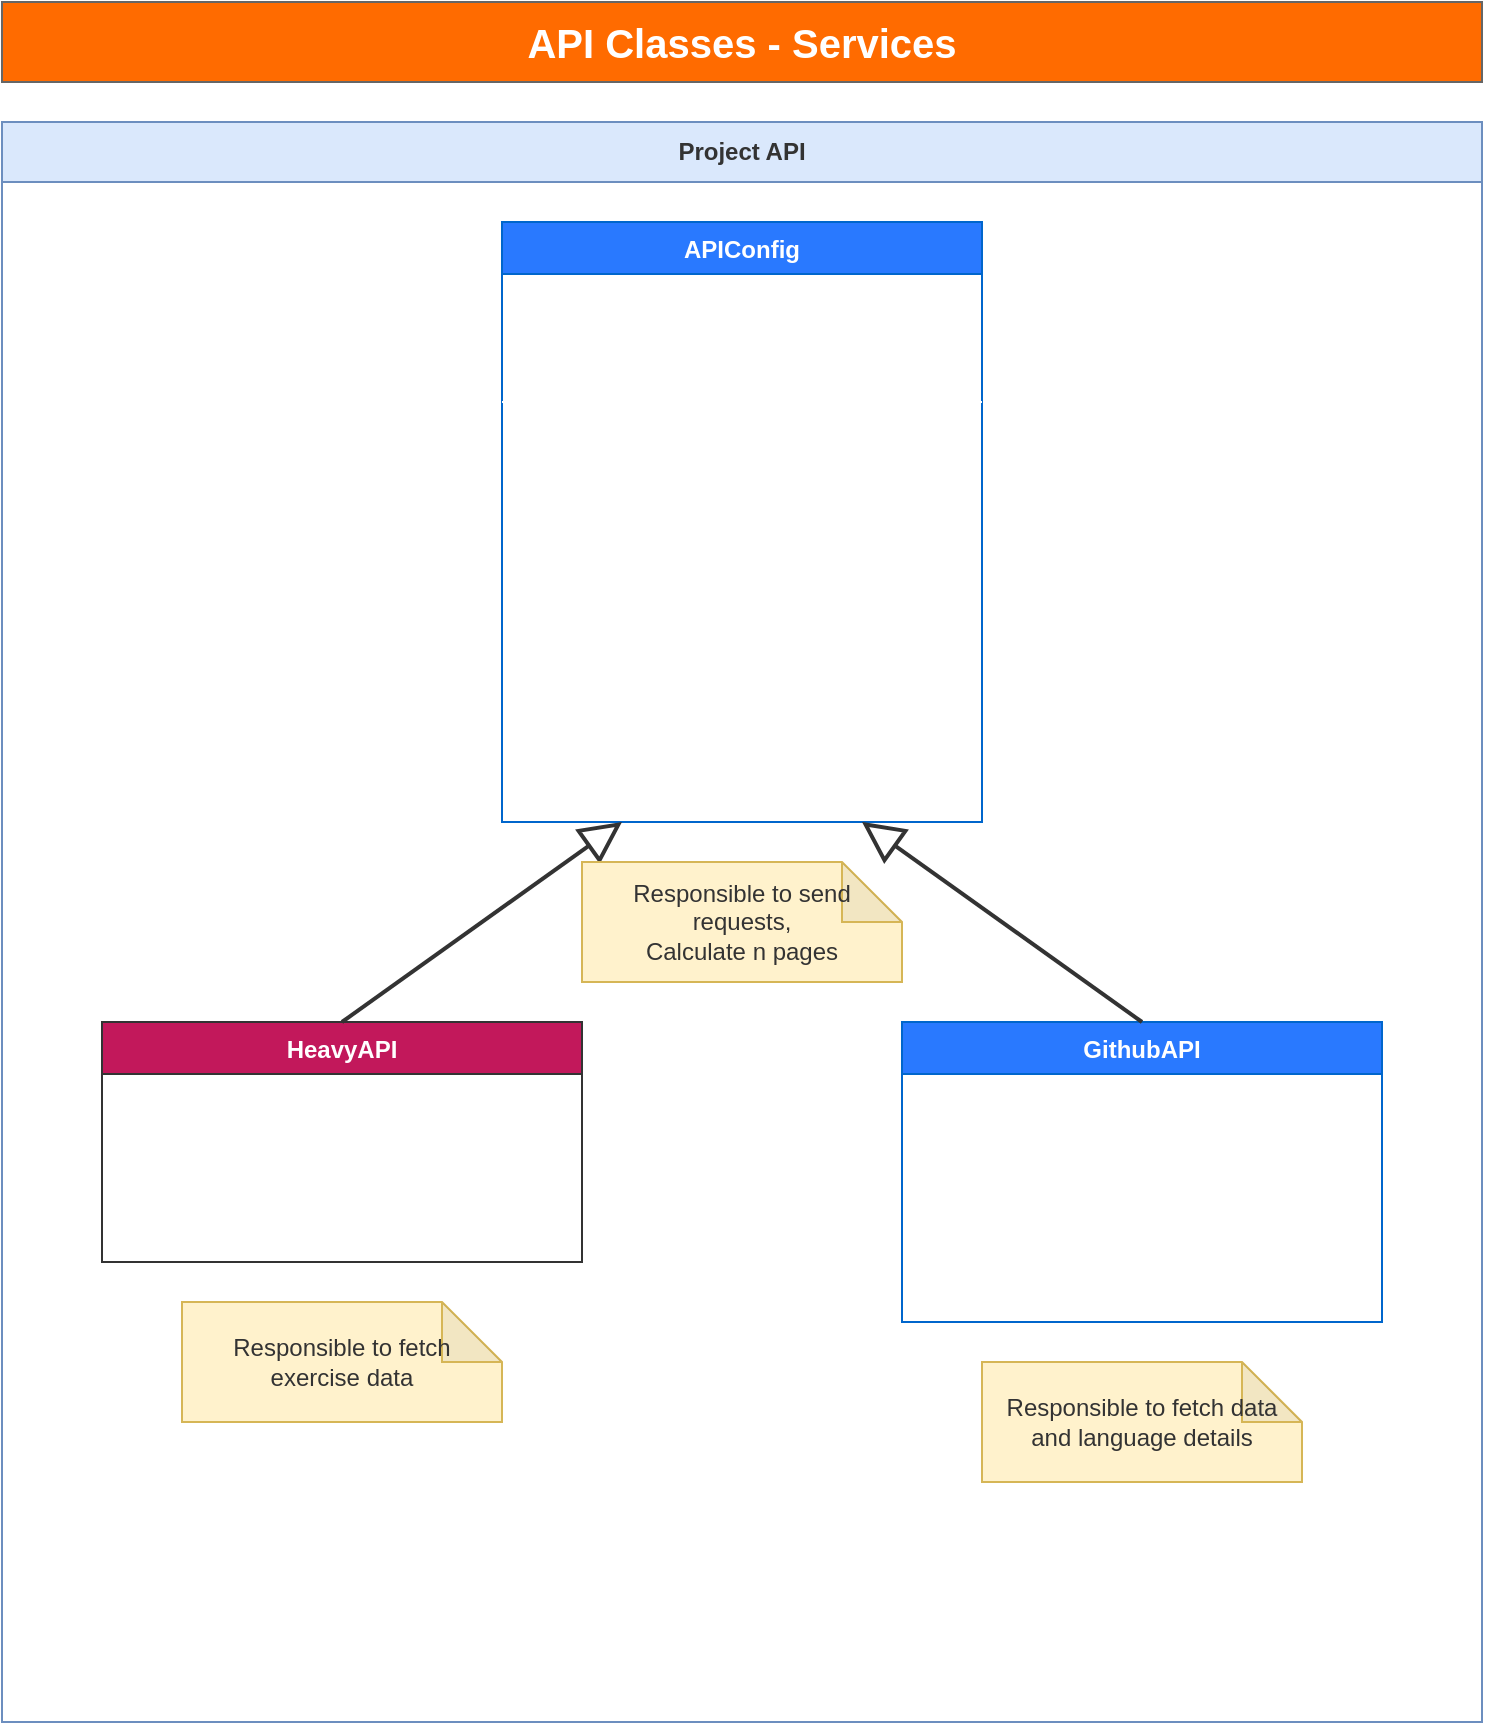
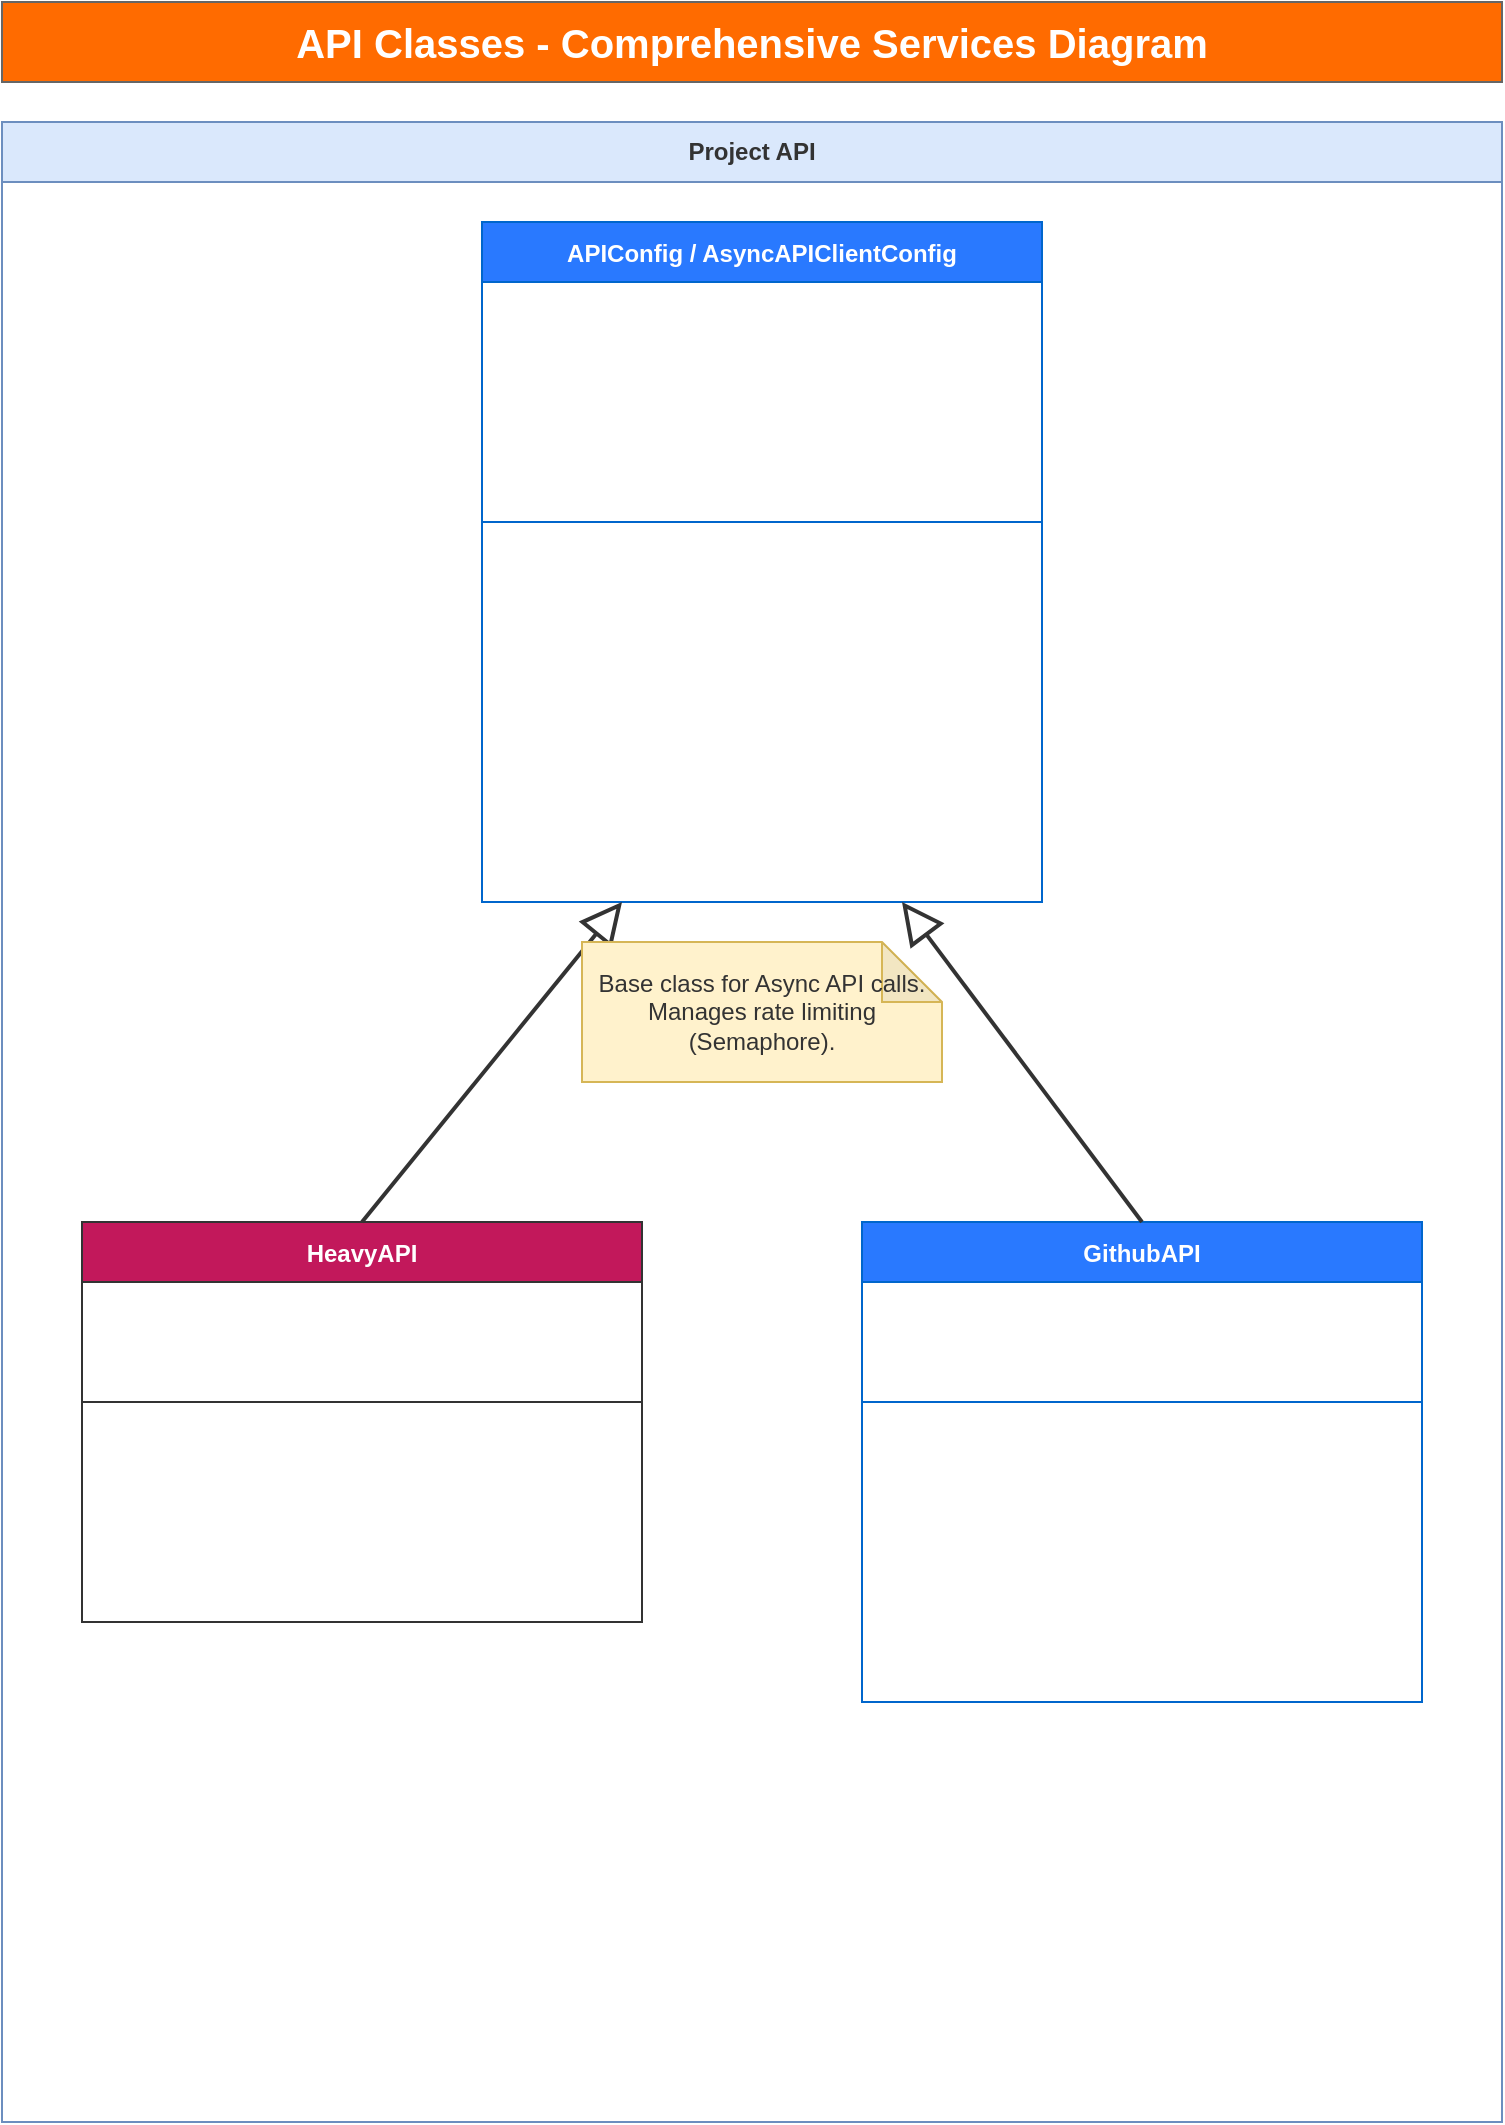
<mxfile host="65bd71144e">
    <diagram id="services-class-diagram" name="Services Class Diagram">
-         <mxGraphModel dx="1164" dy="629" grid="1" gridSize="10" guides="1" tooltips="1" connect="1" arrows="1" fold="1" page="1" pageScale="1" pageWidth="827" pageHeight="1169" math="0" shadow="0">
+         <mxGraphModel dx="1422" dy="762" grid="1" gridSize="10" guides="1" tooltips="1" connect="1" arrows="1" fold="1" page="1" pageScale="1" pageWidth="827" pageHeight="1169" math="0" shadow="0">
            <root>
                <mxCell id="0"/>
                <mxCell id="1" parent="0"/>

                <!-- Title Bar -->
-                 <mxCell id="title" value="API Classes - Services" style="text;html=1;strokeColor=#666666;fillColor=#FF6B00;fontColor=#ffffff;align=center;verticalAlign=middle;whiteSpace=wrap;rounded=0;fontSize=20;fontStyle=1;" parent="1" vertex="1">
-                     <mxGeometry x="40" y="20" width="740" height="40" as="geometry"/>
+                 <mxCell id="title" value="API Classes - Comprehensive Services Diagram" style="text;html=1;strokeColor=#666666;fillColor=#FF6B00;fontColor=#ffffff;align=center;verticalAlign=middle;whiteSpace=wrap;rounded=0;fontSize=20;fontStyle=1;" parent="1" vertex="1">
+                     <mxGeometry x="40" y="20" width="750" height="40" as="geometry"/>
                </mxCell>

                <!-- Namespace Container -->
                <mxCell id="group-namespace" value="Project API" style="swimlane;whiteSpace=wrap;html=1;fillColor=#dae8fc;fontColor=#333333;strokeColor=#6c8ebf;startSize=30;fontStyle=1;" parent="1" vertex="1">
-                     <mxGeometry x="40" y="80" width="740" height="800" as="geometry"/>
+                     <mxGeometry x="40" y="80" width="750" height="1000" as="geometry"/>
                </mxCell>

                <!-- APIConfig Class -->
-                 <mxCell id="class-apiconfig" value="APIConfig" style="swimlane;fontStyle=1;align=center;verticalAlign=top;childLayout=stackLayout;horizontal=1;startSize=26;horizontalStack=0;resizeParent=1;resizeParentMax=0;resizeLast=0;collapsible=1;marginBottom=0;fillColor=#2979FF;fontColor=#ffffff;strokeColor=#0066CC;" parent="group-namespace" vertex="1">
-                     <mxGeometry x="250" y="50" width="240" height="300" as="geometry"/>
+                 <mxCell id="class-apiconfig" value="APIConfig / AsyncAPIClientConfig" style="shape=table;startSize=30;container=1;collapsible=1;childLayout=tableLayout;fixedRows=1;rowLines=1;columnLines=1;fontStyle=1;align=center;resizeLast=1;fillColor=#2979FF;fontColor=#ffffff;strokeColor=#0066CC;" parent="group-namespace" vertex="1">
+                     <mxGeometry x="240" y="50" width="280" height="340" as="geometry"/>
                </mxCell>
-                 <mxCell id="attrs-apiconfig" value="self.GET, self.PUT, self.POST&#xa;self.PATCH, self.DELETE&#xa;self.API_URL, self.API_KEY" style="text;strokeColor=none;fillColor=none;align=left;verticalAlign=top;spacingLeft=4;spacingRight=4;overflow=hidden;rotatable=0;points=[[0,0.5],[1,0.5]];portConstraint=eastwest;fontColor=#ffffff;" parent="class-apiconfig" vertex="1">
-                     <mxGeometry y="26" width="240" height="60" as="geometry"/>
+                 <mxCell id="attrs-apiconfig" value="Attributes" style="shape=tableRow;horizontal=0;startSize=0;swimlaneHead=0;swimlaneBody=0;fillColor=none;collapsible=0;dropTarget=0;points=[[0,0.5],[1,0.5]];portConstraint=eastwest;top=0;left=0;bottom=0;right=0;fontStyle=1;fontColor=#ffffff;" parent="class-apiconfig" vertex="1">
+                     <mxGeometry y="30" width="280" height="120" as="geometry"/>
                </mxCell>
-                 <mxCell id="sep-apiconfig" value="" style="line;strokeWidth=1;fillColor=none;align=left;verticalAlign=middle;spacingTop=-1;spacingLeft=3;spacingRight=3;rotatable=0;labelPosition=right;points=[];portConstraint=eastwest;strokeColor=#ffffff;" parent="class-apiconfig" vertex="1">
-                     <mxGeometry y="86" width="240" height="8" as="geometry"/>
+                 <mxCell id="attr-apiconfig-list" value="API_URL: str&#xa;API_KEY: str&#xa;VERSION: str&#xa;QUEUE: int&#xa;SEM: Semaphore" style="text;strokeColor=none;fillColor=none;align=left;verticalAlign=top;spacingLeft=10;spacingRight=4;overflow=hidden;rotatable=0;points=[[0,0.5],[1,0.5]];portConstraint=eastwest;fontColor=#ffffff;" parent="attrs-apiconfig" vertex="1">
+                     <mxGeometry width="280" height="120" as="geometry"/>
                </mxCell>
-                 <mxCell id="methods-apiconfig" value="__init__(self, URL, KEY, ...)&#xa;calculate_n(self, endpoint)&#xa;ApiCall(self, endpoint, head)&#xa;wait_in_queue(self, coro)&#xa;@staticmethod timeout_config()" style="text;strokeColor=none;fillColor=none;align=left;verticalAlign=top;spacingLeft=4;spacingRight=4;overflow=hidden;rotatable=0;points=[[0,0.5],[1,0.5]];portConstraint=eastwest;fontColor=#ffffff;" parent="class-apiconfig" vertex="1">
-                     <mxGeometry y="94" width="240" height="100" as="geometry"/>
+                 <mxCell id="methods-apiconfig" value="Methods" style="shape=tableRow;horizontal=0;startSize=0;swimlaneHead=0;swimlaneBody=0;fillColor=none;collapsible=0;dropTarget=0;points=[[0,0.5],[1,0.5]];portConstraint=eastwest;top=0;left=0;bottom=0;right=0;fontStyle=1;fontColor=#ffffff;" parent="class-apiconfig" vertex="1">
+                     <mxGeometry y="150" width="280" height="190" as="geometry"/>
+                 </mxCell>
+                 <mxCell id="method-apiconfig-list" value="__init__(URL, KEY, version)&#xa;api_call(endpoint, head, params)&#xa;calculate_n(endpoint, header)&#xa;wait_in_queue(coro)&#xa;@staticmethod timeout_config(standard)" style="text;strokeColor=none;fillColor=none;align=left;verticalAlign=top;spacingLeft=10;spacingRight=4;overflow=hidden;rotatable=0;points=[[0,0.5],[1,0.5]];portConstraint=eastwest;fontColor=#ffffff;" parent="methods-apiconfig" vertex="1">
+                     <mxGeometry width="280" height="190" as="geometry"/>
                </mxCell>

                <!-- HeavyAPI Class -->
-                 <mxCell id="class-heavyapi" value="HeavyAPI" style="swimlane;fontStyle=1;align=center;verticalAlign=top;childLayout=stackLayout;horizontal=1;startSize=26;horizontalStack=0;resizeParent=1;resizeParentMax=0;resizeLast=0;collapsible=1;marginBottom=0;fillColor=#C2185B;fontColor=#ffffff;strokeColor=#333333;" parent="group-namespace" vertex="1">
-                     <mxGeometry x="50" y="450" width="240" height="120" as="geometry"/>
+                 <mxCell id="class-heavyapi" value="HeavyAPI" style="shape=table;startSize=30;container=1;collapsible=1;childLayout=tableLayout;fixedRows=1;rowLines=1;columnLines=1;fontStyle=1;align=center;resizeLast=1;fillColor=#C2185B;fontColor=#ffffff;strokeColor=#333333;" parent="group-namespace" vertex="1">
+                     <mxGeometry x="40" y="550" width="280" height="200" as="geometry"/>
                </mxCell>
-                 <mxCell id="methods-heavyapi" value="__init__(self, URL, ...)&#xa;fetch_data(self, endpoint)" style="text;strokeColor=none;fillColor=none;align=left;verticalAlign=top;spacingLeft=4;spacingRight=4;overflow=hidden;rotatable=0;points=[[0,0.5],[1,0.5]];portConstraint=eastwest;fontColor=#ffffff;" parent="class-heavyapi" vertex="1">
-                     <mxGeometry y="26" width="240" height="60" as="geometry"/>
+                 <mxCell id="attrs-heavyapi" value="Attributes" style="shape=tableRow;horizontal=0;startSize=0;swimlaneHead=0;swimlaneBody=0;fillColor=none;collapsible=0;dropTarget=0;points=[[0,0.5],[1,0.5]];portConstraint=eastwest;top=0;left=0;bottom=0;right=0;fontStyle=1;fontColor=#ffffff;" parent="class-heavyapi" vertex="1">
+                     <mxGeometry y="30" width="280" height="60" as="geometry"/>
+                 </mxCell>
+                 <mxCell id="attr-heavyapi-list" value="VERSION: str&#xa;HEAD: dict" style="text;strokeColor=none;fillColor=none;align=left;verticalAlign=top;spacingLeft=10;spacingRight=4;overflow=hidden;rotatable=0;points=[[0,0.5],[1,0.5]];portConstraint=eastwest;fontColor=#ffffff;" parent="attrs-heavyapi" vertex="1">
+                     <mxGeometry width="280" height="60" as="geometry"/>
+                 </mxCell>
+                 <mxCell id="methods-heavyapi" value="Methods" style="shape=tableRow;horizontal=0;startSize=0;swimlaneHead=0;swimlaneBody=0;fillColor=none;collapsible=0;dropTarget=0;points=[[0,0.5],[1,0.5]];portConstraint=eastwest;top=0;left=0;bottom=0;right=0;fontStyle=1;fontColor=#ffffff;" parent="class-heavyapi" vertex="1">
+                     <mxGeometry y="90" width="280" height="110" as="geometry"/>
+                 </mxCell>
+                 <mxCell id="method-heavyapi-list" value="__init__(URL, KEY, version)&#xa;fetch_data(endpoint)&#xa;map_sessions()" style="text;strokeColor=none;fillColor=none;align=left;verticalAlign=top;spacingLeft=10;spacingRight=4;overflow=hidden;rotatable=0;points=[[0,0.5],[1,0.5]];portConstraint=eastwest;fontColor=#ffffff;" parent="methods-heavyapi" vertex="1">
+                     <mxGeometry width="280" height="110" as="geometry"/>
                </mxCell>

                <!-- GithubAPI Class -->
-                 <mxCell id="class-githubapi" value="GithubAPI" style="swimlane;fontStyle=1;align=center;verticalAlign=top;childLayout=stackLayout;horizontal=1;startSize=26;horizontalStack=0;resizeParent=1;resizeParentMax=0;resizeLast=0;collapsible=1;marginBottom=0;fillColor=#2979FF;fontColor=#ffffff;strokeColor=#0066CC;" parent="group-namespace" vertex="1">
-                     <mxGeometry x="450" y="450" width="240" height="150" as="geometry"/>
+                 <mxCell id="class-githubapi" value="GithubAPI" style="shape=table;startSize=30;container=1;collapsible=1;childLayout=tableLayout;fixedRows=1;rowLines=1;columnLines=1;fontStyle=1;align=center;resizeLast=1;fillColor=#2979FF;fontColor=#ffffff;strokeColor=#0066CC;" parent="group-namespace" vertex="1">
+                     <mxGeometry x="430" y="550" width="280" height="240" as="geometry"/>
                </mxCell>
-                 <mxCell id="methods-githubapi" value="__init__(self, URL, ...)&#xa;fetch_data(self, endpoint)&#xa;fetch_languages(self, repo, ep)&#xa;analyze_repository(self, trees_url)" style="text;strokeColor=none;fillColor=none;align=left;verticalAlign=top;spacingLeft=4;spacingRight=4;overflow=hidden;rotatable=0;points=[[0,0.5],[1,0.5]];portConstraint=eastwest;fontColor=#ffffff;" parent="class-githubapi" vertex="1">
-                     <mxGeometry y="26" width="240" height="100" as="geometry"/>
+                 <mxCell id="attrs-githubapi" value="Attributes" style="shape=tableRow;horizontal=0;startSize=0;swimlaneHead=0;swimlaneBody=0;fillColor=none;collapsible=0;dropTarget=0;points=[[0,0.5],[1,0.5]];portConstraint=eastwest;top=0;left=0;bottom=0;right=0;fontStyle=1;fontColor=#ffffff;" parent="class-githubapi" vertex="1">
+                     <mxGeometry y="30" width="280" height="60" as="geometry"/>
+                 </mxCell>
+                 <mxCell id="attr-githubapi-list" value="__VERSION__: str&#xa;HEADER: dict" style="text;strokeColor=none;fillColor=none;align=left;verticalAlign=top;spacingLeft=10;spacingRight=4;overflow=hidden;rotatable=0;points=[[0,0.5],[1,0.5]];portConstraint=eastwest;fontColor=#ffffff;" parent="attrs-githubapi" vertex="1">
+                     <mxGeometry width="280" height="60" as="geometry"/>
+                 </mxCell>
+                 <mxCell id="methods-githubapi" value="Methods" style="shape=tableRow;horizontal=0;startSize=0;swimlaneHead=0;swimlaneBody=0;fillColor=none;collapsible=0;dropTarget=0;points=[[0,0.5],[1,0.5]];portConstraint=eastwest;top=0;left=0;bottom=0;right=0;fontStyle=1;fontColor=#ffffff;" parent="class-githubapi" vertex="1">
+                     <mxGeometry y="90" width="280" height="150" as="geometry"/>
+                 </mxCell>
+                 <mxCell id="method-githubapi-list" value="__init__(URL, KEY)&#xa;fetch_data(endpoint, params)&#xa;fetch_languages(repo, endpoint)&#xa;analyze_repository(trees_url)&#xa;process_github_items(raw_items)" style="text;strokeColor=none;fillColor=none;align=left;verticalAlign=top;spacingLeft=10;spacingRight=4;overflow=hidden;rotatable=0;points=[[0,0.5],[1,0.5]];portConstraint=eastwest;fontColor=#ffffff;" parent="methods-githubapi" vertex="1">
+                     <mxGeometry width="280" height="150" as="geometry"/>
                </mxCell>

                <!-- Relationships (Inheritance) -->
                <mxCell id="edge-heavy-inheritance" value="" style="endArrow=block;endSize=16;endFill=0;html=1;exitX=0.5;exitY=0;exitDx=0;exitDy=0;entryX=0.25;entryY=1;entryDx=0;entryDy=0;strokeColor=#333333;strokeWidth=2;" parent="group-namespace" source="class-heavyapi" target="class-apiconfig" edge="1">
                    <mxGeometry relative="1" as="geometry"/>
                </mxCell>
                <mxCell id="edge-github-inheritance" value="" style="endArrow=block;endSize=16;endFill=0;html=1;exitX=0.5;exitY=0;exitDx=0;exitDy=0;entryX=0.75;entryY=1;entryDx=0;entryDy=0;strokeColor=#333333;strokeWidth=2;" parent="group-namespace" source="class-githubapi" target="class-apiconfig" edge="1">
                    <mxGeometry relative="1" as="geometry"/>
                </mxCell>

                <!-- Notes -->
-                 <mxCell id="note-apiconfig" value="Responsible to send requests,&#xa;Calculate n pages" style="shape=note;whiteSpace=wrap;html=1;backgroundOutline=1;darkOpacity=0.05;fillColor=#fff2cc;strokeColor=#d6b656;fontColor=#333333;" parent="group-namespace" vertex="1">
-                     <mxGeometry x="290" y="370" width="160" height="60" as="geometry"/>
-                 </mxCell>
-                 <mxCell id="note-heavyapi" value="Responsible to fetch&#xa;exercise data" style="shape=note;whiteSpace=wrap;html=1;backgroundOutline=1;darkOpacity=0.05;fillColor=#fff2cc;strokeColor=#d6b656;fontColor=#333333;" parent="group-namespace" vertex="1">
-                     <mxGeometry x="90" y="590" width="160" height="60" as="geometry"/>
-                 </mxCell>
-                 <mxCell id="note-githubapi" value="Responsible to fetch data&#xa;and language details" style="shape=note;whiteSpace=wrap;html=1;backgroundOutline=1;darkOpacity=0.05;fillColor=#fff2cc;strokeColor=#d6b656;fontColor=#333333;" parent="group-namespace" vertex="1">
-                     <mxGeometry x="490" y="620" width="160" height="60" as="geometry"/>
+                 <mxCell id="note-apiconfig" value="Base class for Async API calls.&#xa;Manages rate limiting (Semaphore)." style="shape=note;whiteSpace=wrap;html=1;backgroundOutline=1;darkOpacity=0.05;fillColor=#fff2cc;strokeColor=#d6b656;fontColor=#333333;" parent="group-namespace" vertex="1">
+                     <mxGeometry x="290" y="410" width="180" height="70" as="geometry"/>
                </mxCell>

            </root>
        </mxGraphModel>
    </diagram>
</mxfile>